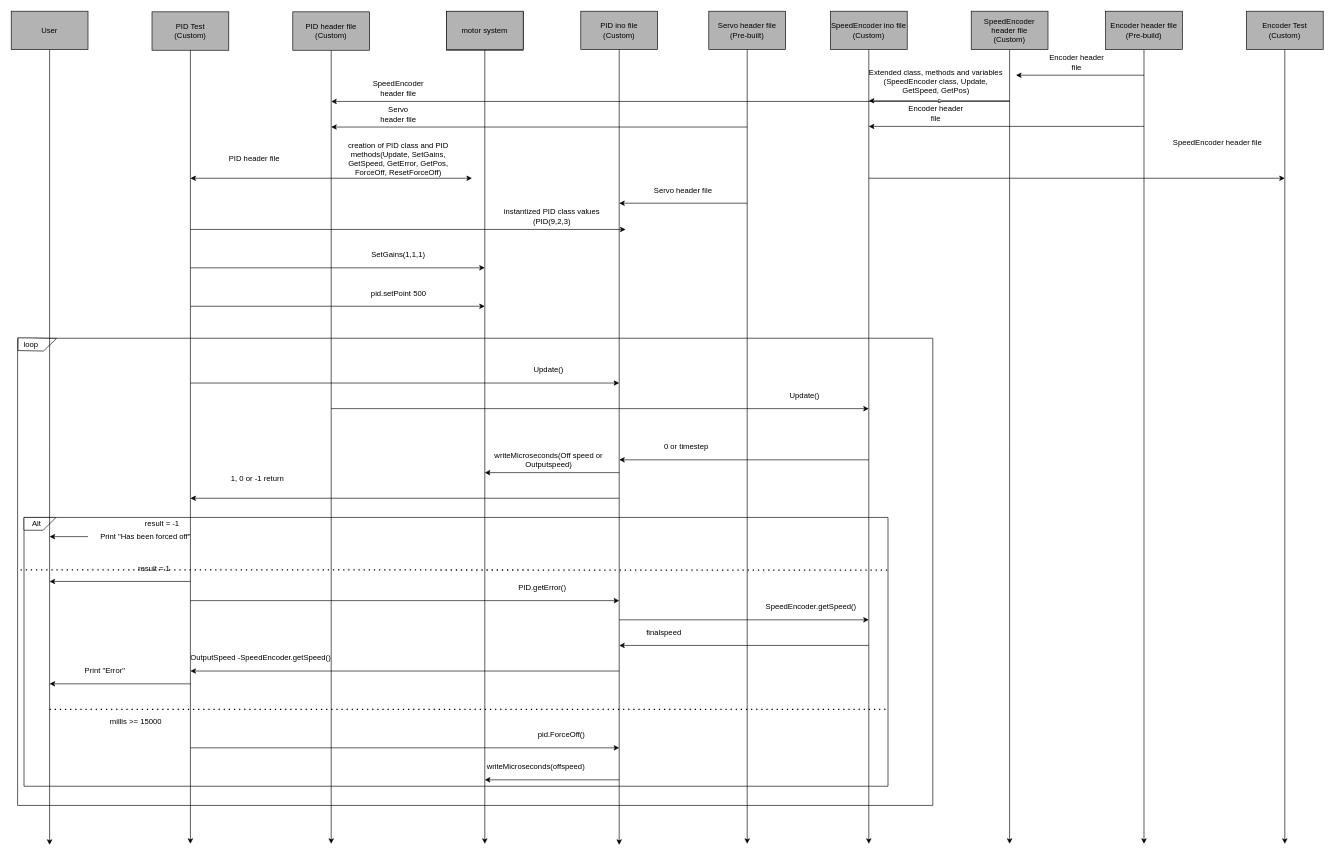
Before: Diagrams/SpeedEncoder.drawio in Daniel-Git-Hub/ENGG3000_T6, a draw.io diagram. Source tidied: cells renumbered, new cells numbered last; positions are measured from the earlier drawing's top-left corner, leaving out a move shared by most shapes. Both pictures are drawn from the tidied source at 64%, with x=0, y=0 at pixel (11, 11).
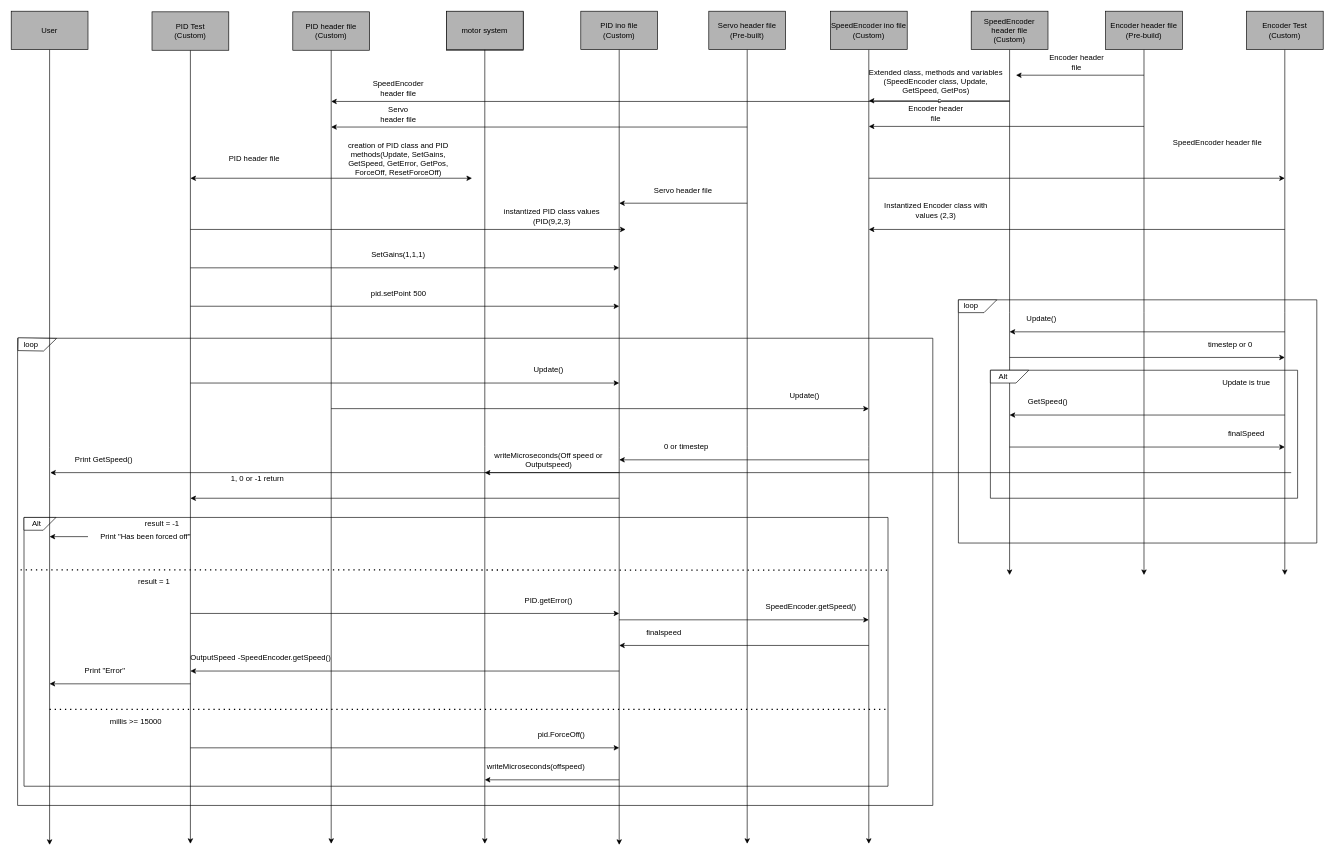
After the change.

Commit message:
Diagram completed v1

The change refers to these unchanged cells:
```xml
<mxCell id="3" value="Encoder Test&lt;br&gt;(Custom)" style="rounded=0;whiteSpace=wrap;html=1;fillColor=#B3B3B3;" parent="1" vertex="1">
  <mxGeometry x="1930" width="120" height="60" as="geometry" />
</mxCell>
<mxCell id="13" value="SpeedEncoder header file&lt;br&gt;(Custom)" style="rounded=0;whiteSpace=wrap;html=1;fillColor=#B3B3B3;" parent="1" vertex="1">
  <mxGeometry x="1500" width="120" height="60" as="geometry" />
</mxCell>
<mxCell id="15" value="Encoder header file&lt;br&gt;(Pre-build)" style="rounded=0;whiteSpace=wrap;html=1;fillColor=#B3B3B3;" parent="1" vertex="1">
  <mxGeometry x="1710" width="120" height="60" as="geometry" />
</mxCell>
<mxCell id="42" style="swimlane;startSize=0;" parent="1" vertex="1">
  <mxGeometry x="10" y="511" width="1430" height="730" as="geometry" />
</mxCell>
<mxCell id="51" style="swimlane;startSize=0;" parent="42" vertex="1">
  <mxGeometry x="10" y="280" width="1350" height="420" as="geometry" />
</mxCell>
```

What changed in the source:
```diff
@@
     <mxCell id="2" style="edgeStyle=orthogonalEdgeStyle;rounded=0;jettySize=auto;html=1;exitX=0.5;exitY=1;exitDx=0;exitDy=0;" parent="1" edge="1" source="3">
       <mxGeometry relative="1" as="geometry">
-        <mxPoint x="1990" y="1301" as="targetPoint" />
+        <mxPoint x="1990" y="881" as="targetPoint" />
       </mxGeometry>
     </mxCell>
@@
     <mxCell id="12" style="edgeStyle=orthogonalEdgeStyle;rounded=0;jettySize=auto;html=1;exitX=0.5;exitY=1;exitDx=0;exitDy=0;" parent="1" edge="1" source="13">
       <mxGeometry relative="1" as="geometry">
-        <mxPoint x="1560" y="1301" as="targetPoint" />
+        <mxPoint x="1560" y="881" as="targetPoint" />
       </mxGeometry>
     </mxCell>
@@
     <mxCell id="14" style="edgeStyle=orthogonalEdgeStyle;rounded=0;jettySize=auto;html=1;exitX=0.5;exitY=1;exitDx=0;exitDy=0;" parent="1" edge="1" source="15">
       <mxGeometry relative="1" as="geometry">
-        <mxPoint x="1770" y="1301" as="targetPoint" />
+        <mxPoint x="1770" y="881" as="targetPoint" />
       </mxGeometry>
     </mxCell>
@@
     <mxCell id="34" style="endArrow=classic;html=1;" parent="1" edge="1">
       <mxGeometry relative="1" as="geometry">
         <mxPoint x="280" y="401" as="sourcePoint" />
-        <mxPoint x="740" y="401" as="targetPoint" />
+        <mxPoint x="950" y="401" as="targetPoint" />
       </mxGeometry>
     </mxCell>
@@
     <mxCell id="40" style="endArrow=classic;html=1;" parent="1" edge="1">
       <mxGeometry relative="1" as="geometry">
         <mxPoint x="280" y="461" as="sourcePoint" />
-        <mxPoint x="740" y="461" as="targetPoint" />
+        <mxPoint x="950" y="461" as="targetPoint" />
       </mxGeometry>
     </mxCell>
@@
     <mxCell id="55" value="result = 1" style="text;html=1;strokeColor=none;fillColor=none;align=center;verticalAlign=middle;whiteSpace=wrap;rounded=0;" parent="51" vertex="1">
-      <mxGeometry x="156" y="70" width="95" height="20" as="geometry" />
+      <mxGeometry x="156" y="90" width="95" height="20" as="geometry" />
     </mxCell>
@@
+    <mxCell id="77" style="endArrow=classic;html=1;" parent="51" edge="1">
+      <mxGeometry relative="1" as="geometry">
+        <mxPoint x="260" y="150" as="sourcePoint" />
+        <mxPoint x="930" y="150" as="targetPoint" />
+      </mxGeometry>
+    </mxCell>
+    <mxCell id="63" value="PID.getError()" style="text;html=1;strokeColor=none;fillColor=none;align=center;verticalAlign=middle;whiteSpace=wrap;rounded=0;" parent="51" vertex="1">
+      <mxGeometry x="710" y="120" width="220" height="20" as="geometry" />
+    </mxCell>
@@
-    <mxCell id="63" value="PID.getError()" style="text;html=1;strokeColor=none;fillColor=none;align=center;verticalAlign=middle;whiteSpace=wrap;rounded=0;" parent="42" vertex="1">
-      <mxGeometry x="710" y="380" width="220" height="20" as="geometry" />
-    </mxCell>
@@
+    <mxCell id="85" value="Print GetSpeed()" style="text;html=1;strokeColor=none;fillColor=none;align=center;verticalAlign=middle;whiteSpace=wrap;rounded=0;" parent="42" vertex="1">
+      <mxGeometry x="80" y="180" width="110" height="20" as="geometry" />
+    </mxCell>
@@
-    <mxCell id="76" style="endArrow=classic;html=1;" parent="1" edge="1">
-      <mxGeometry relative="1" as="geometry">
-        <mxPoint x="280" y="891" as="sourcePoint" />
-        <mxPoint x="60" y="891" as="targetPoint" />
-      </mxGeometry>
-    </mxCell>
-    <mxCell id="77" style="endArrow=classic;html=1;" parent="1" edge="1">
-      <mxGeometry relative="1" as="geometry">
-        <mxPoint x="280" y="921" as="sourcePoint" />
-        <mxPoint x="950" y="921" as="targetPoint" />
-      </mxGeometry>
-    </mxCell>
@@
+    <mxCell id="86" style="endArrow=classic;html=1;" parent="1" edge="1">
+      <mxGeometry relative="1" as="geometry">
+        <mxPoint x="1990" y="341" as="sourcePoint" />
+        <mxPoint x="1340" y="341" as="targetPoint" />
+      </mxGeometry>
+    </mxCell>
+    <mxCell id="87" value="Instantized Encoder class with values (2,3)" style="text;html=1;strokeColor=none;fillColor=none;align=center;verticalAlign=middle;whiteSpace=wrap;rounded=0;" parent="1" vertex="1">
+      <mxGeometry x="1360" y="301" width="170" height="20" as="geometry" />
+    </mxCell>
+    <mxCell id="88" style="swimlane;startSize=0;" parent="1" vertex="1">
+      <mxGeometry x="1480" y="451" width="560" height="380" as="geometry" />
+    </mxCell>
+    <mxCell id="89" style="shape=card;whiteSpace=wrap;html=1;rotation=-180;" parent="88" vertex="1">
+      <mxGeometry width="60" height="20" as="geometry" />
+    </mxCell>
+    <mxCell id="90" value="loop" style="text;html=1;strokeColor=none;fillColor=none;align=center;verticalAlign=middle;whiteSpace=wrap;rounded=0;" parent="88" vertex="1">
+      <mxGeometry width="40" height="20" as="geometry" />
+    </mxCell>
+    <mxCell id="91" value="Update()" style="text;html=1;strokeColor=none;fillColor=none;align=center;verticalAlign=middle;whiteSpace=wrap;rounded=0;" parent="88" vertex="1">
+      <mxGeometry x="110" y="20" width="40" height="20" as="geometry" />
+    </mxCell>
+    <mxCell id="92" value="timestep or 0" style="text;html=1;strokeColor=none;fillColor=none;align=center;verticalAlign=middle;whiteSpace=wrap;rounded=0;" parent="88" vertex="1">
+      <mxGeometry x="370" y="60" width="110" height="20" as="geometry" />
+    </mxCell>
+    <mxCell id="93" style="swimlane;startSize=0;" parent="88" vertex="1">
+      <mxGeometry x="50" y="110" width="480" height="200" as="geometry" />
+    </mxCell>
+    <mxCell id="94" style="shape=card;whiteSpace=wrap;html=1;rotation=-180;" parent="93" vertex="1">
+      <mxGeometry width="60" height="20" as="geometry" />
+    </mxCell>
+    <mxCell id="95" value="Alt" style="text;html=1;strokeColor=none;fillColor=none;align=center;verticalAlign=middle;whiteSpace=wrap;rounded=0;" parent="93" vertex="1">
+      <mxGeometry width="40" height="20" as="geometry" />
+    </mxCell>
+    <mxCell id="96" value="Update is true" style="text;html=1;strokeColor=none;fillColor=none;align=center;verticalAlign=middle;whiteSpace=wrap;rounded=0;" parent="93" vertex="1">
+      <mxGeometry x="340" y="10" width="120" height="20" as="geometry" />
+    </mxCell>
+    <mxCell id="97" value="GetSpeed()" style="text;html=1;strokeColor=none;fillColor=none;align=center;verticalAlign=middle;whiteSpace=wrap;rounded=0;" parent="93" vertex="1">
+      <mxGeometry x="70" y="40" width="40" height="20" as="geometry" />
+    </mxCell>
+    <mxCell id="98" value="finalSpeed" style="text;html=1;strokeColor=none;fillColor=none;align=center;verticalAlign=middle;whiteSpace=wrap;rounded=0;" parent="93" vertex="1">
+      <mxGeometry x="380" y="90" width="40" height="20" as="geometry" />
+    </mxCell>
+    <mxCell id="99" style="endArrow=classic;html=1;" parent="1" edge="1">
+      <mxGeometry relative="1" as="geometry">
+        <mxPoint x="1990" y="501" as="sourcePoint" />
+        <mxPoint x="1560" y="501" as="targetPoint" />
+      </mxGeometry>
+    </mxCell>
+    <mxCell id="100" style="endArrow=classic;html=1;" parent="1" edge="1">
+      <mxGeometry relative="1" as="geometry">
+        <mxPoint x="1560" y="541" as="sourcePoint" />
+        <mxPoint x="1990" y="541" as="targetPoint" />
+      </mxGeometry>
+    </mxCell>
+    <mxCell id="101" style="endArrow=classic;html=1;" parent="1" edge="1">
+      <mxGeometry relative="1" as="geometry">
+        <mxPoint x="1990" y="631" as="sourcePoint" />
+        <mxPoint x="1560" y="631" as="targetPoint" />
+      </mxGeometry>
+    </mxCell>
+    <mxCell id="102" style="endArrow=classic;html=1;" parent="1" edge="1">
+      <mxGeometry relative="1" as="geometry">
+        <mxPoint x="1560" y="681" as="sourcePoint" />
+        <mxPoint x="1990" y="681" as="targetPoint" />
+      </mxGeometry>
+    </mxCell>
+    <mxCell id="103" style="endArrow=classic;html=1;" parent="1" edge="1">
+      <mxGeometry relative="1" as="geometry">
+        <mxPoint x="2000" y="721" as="sourcePoint" />
+        <mxPoint x="61" y="721" as="targetPoint" />
+      </mxGeometry>
+    </mxCell>
```
